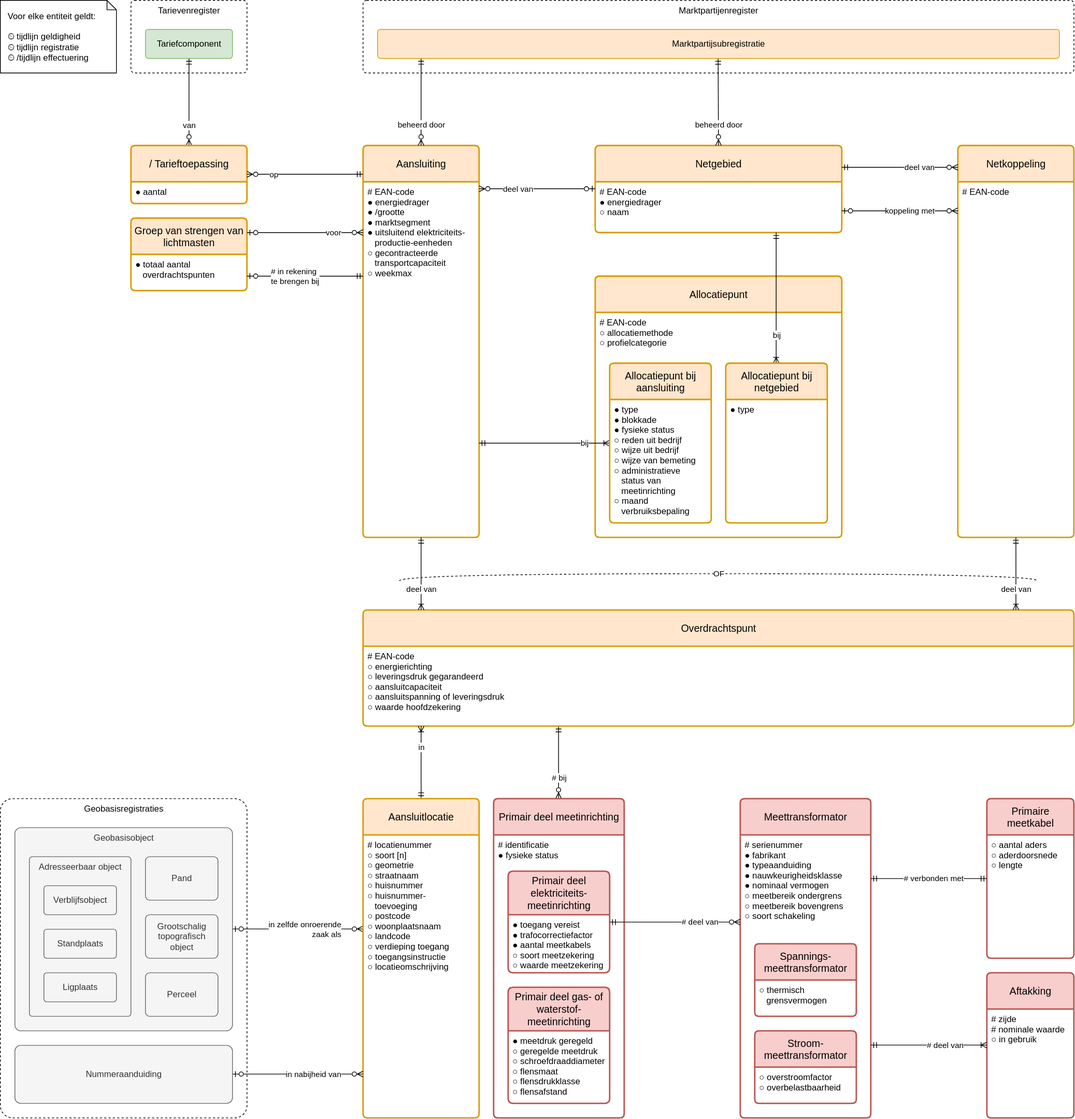
Earlier version of the draw.io export modellen/registers/aansluitingenregister/1.1.2/model.drawio.svg (sefanja/nbnl-conceptuele-informatiemodellen). Source tidied: cells renumbered, new cells last; positions are measured from the earlier drawing's top-left corner, leaving out a move shared by most shapes.
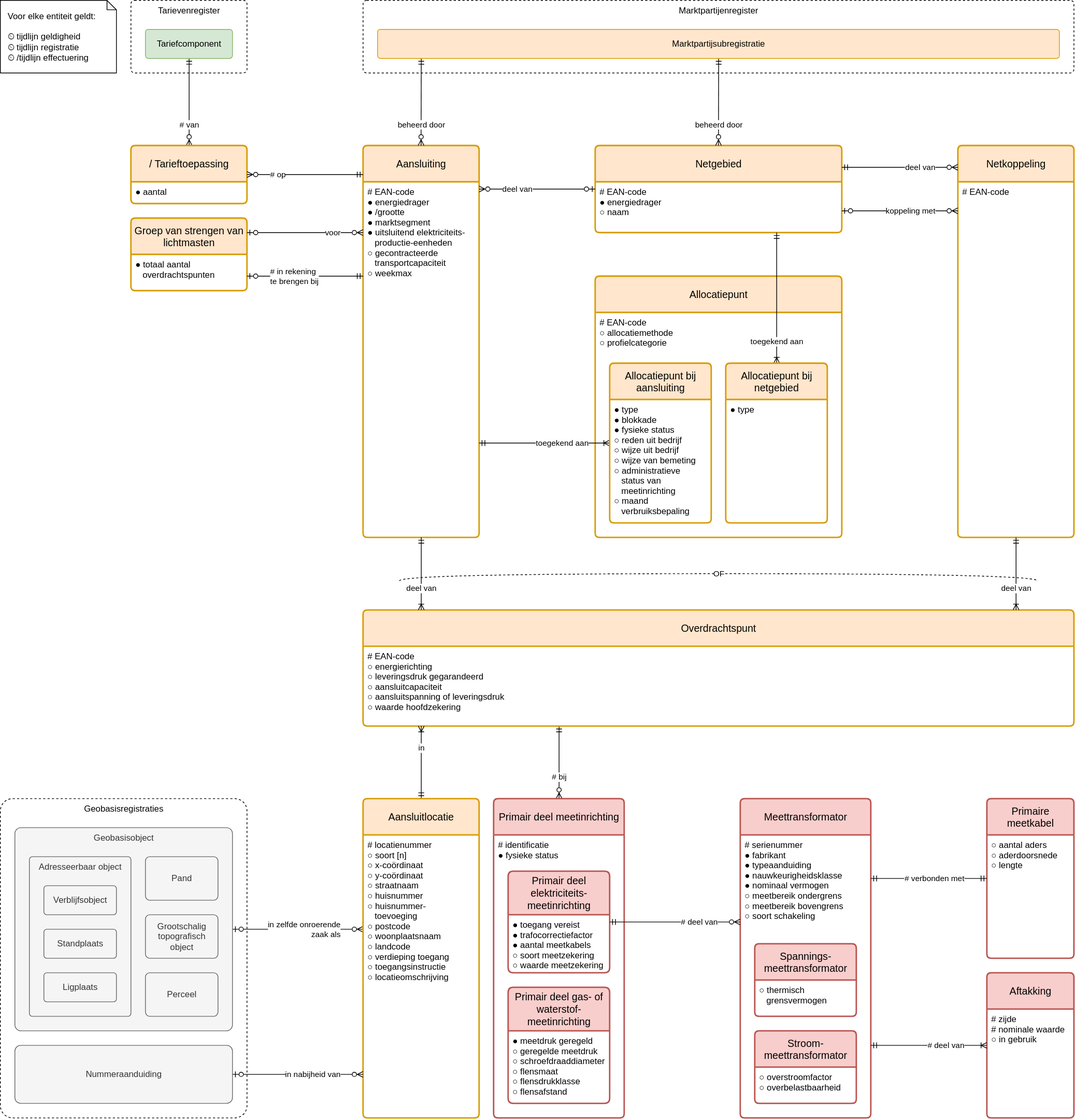
After the change.

Change to the diagram source:
```diff
@@ -32,7 +32,7 @@
     <mxCell id="11" value="deel van" style="html=1;endArrow=ERoneToMany;startArrow=ERmandOne;rounded=0;align=center;endFill=0;strokeColor=default;edgeStyle=elbowEdgeStyle;" parent="1" edge="1" source="5" target="9">
       <mxGeometry x="0.4" relative="1" as="geometry" />
     </mxCell>
-    <mxCell id="12" value="bij" style="html=1;endArrow=ERoneToMany;startArrow=ERmandOne;rounded=0;startFill=0;endFill=0;strokeColor=default;edgeStyle=elbowEdgeStyle;align=right;elbow=vertical;" parent="1" edge="1" source="5" target="31">
+    <mxCell id="12" value="toegekend aan" style="html=1;endArrow=ERoneToMany;startArrow=ERmandOne;rounded=0;startFill=0;endFill=0;strokeColor=default;edgeStyle=elbowEdgeStyle;align=right;elbow=vertical;" parent="1" edge="1" source="5" target="31">
       <mxGeometry x="0.7" relative="1" as="geometry">
         <mxPoint x="-1" as="offset" />
       </mxGeometry>
@@ -49,18 +49,16 @@
     <mxCell id="16" value="deel van" style="fontSize=11;html=1;endArrow=ERzeroToOne;startArrow=ERzeroToMany;rounded=0;startFill=0;endFill=0;verticalAlign=middle;strokeColor=default;labelBackgroundColor=default;fontColor=default;align=left;edgeStyle=elbowEdgeStyle;elbow=vertical;" parent="1" edge="1" source="5" target="14">
       <mxGeometry x="-0.62" relative="1" as="geometry" />
     </mxCell>
-    <mxCell id="17" value="bij" style="html=1;endArrow=ERmandOne;startArrow=ERoneToMany;rounded=0;startFill=0;endFill=0;verticalAlign=middle;strokeColor=default;align=center;edgeStyle=elbowEdgeStyle;" parent="1" edge="1" source="33" target="14">
-      <mxGeometry x="-0.57" relative="1" as="geometry" />
+    <mxCell id="17" value="toegekend aan" style="html=1;endArrow=ERmandOne;startArrow=ERoneToMany;rounded=0;startFill=0;endFill=0;verticalAlign=middle;strokeColor=default;align=center;edgeStyle=elbowEdgeStyle;" parent="1" edge="1" source="33" target="14">
+      <mxGeometry x="-0.67" relative="1" as="geometry" />
     </mxCell>
     <mxCell id="18" value="beheerd door" style="fontSize=11;html=1;endArrow=ERmandOne;startArrow=ERzeroToMany;rounded=0;startFill=0;endFill=0;verticalAlign=middle;strokeColor=default;labelBackgroundColor=default;fontColor=default;align=center;edgeStyle=elbowEdgeStyle;exitX=0.5;exitY=0;exitDx=0;exitDy=0;" parent="1" edge="1" source="14" target="39">
       <mxGeometry x="-0.5" relative="1" as="geometry">
         <mxPoint y="1" as="offset" />
       </mxGeometry>
     </mxCell>
-    <mxCell id="19" value="van" style="endArrow=ERzeroToMany;html=1;rounded=0;startArrow=ERmandOne;startFill=0;endFill=0;edgeStyle=elbowEdgeStyle;align=center;" parent="1" edge="1" source="40" target="21">
-      <mxGeometry x="0.5" relative="1" as="geometry">
-        <mxPoint y="1" as="offset" />
-      </mxGeometry>
+    <mxCell id="19" value="# van" style="endArrow=ERzeroToMany;html=1;rounded=0;startArrow=ERmandOne;startFill=0;endFill=0;edgeStyle=elbowEdgeStyle;align=center;" parent="1" edge="1" source="40" target="21">
+      <mxGeometry x="0.52" relative="1" as="geometry" />
     </mxCell>
     <mxCell id="20" value="Voor elke entiteit geldt:&lt;br&gt;&lt;br&gt;⏲ tijdlijn geldigheid&lt;br&gt;&lt;span style=&quot;&quot;&gt;⏲&amp;nbsp;tijdlijn registratie&lt;br&gt;&lt;/span&gt;&lt;div&gt;&lt;span style=&quot;background-color: transparent; text-wrap-mode: nowrap;&quot;&gt;⏲&lt;/span&gt;&lt;span style=&quot;text-wrap-mode: nowrap;&quot;&gt;&amp;nbsp;/&lt;/span&gt;&lt;span style=&quot;text-wrap-mode: nowrap;&quot;&gt;tijdlijn effectuering&lt;/span&gt;&lt;span style=&quot;&quot;&gt;&lt;/span&gt;&lt;/div&gt;" style="shape=note;whiteSpace=wrap;html=1;backgroundOutline=1;darkOpacity=0.05;align=left;size=13;spacing=10;" parent="1" vertex="1">
       <mxGeometry width="160" height="100" as="geometry" />
@@ -71,7 +69,7 @@
     <mxCell id="22" value="● aantal" style="align=left;strokeColor=none;fillColor=none;spacingLeft=4;fontSize=12;verticalAlign=top;fontColor=default;" parent="21" vertex="1">
       <mxGeometry y="50" width="160" height="30" as="geometry" />
     </mxCell>
-    <mxCell id="23" value="op" style="endArrow=ERzeroToMany;html=1;rounded=0;startArrow=ERmandOne;startFill=0;endFill=0;edgeStyle=elbowEdgeStyle;elbow=vertical;align=left;" parent="1" edge="1" source="5" target="21">
+    <mxCell id="23" value="# op" style="endArrow=ERzeroToMany;html=1;rounded=0;startArrow=ERmandOne;startFill=0;endFill=0;edgeStyle=elbowEdgeStyle;elbow=vertical;align=left;" parent="1" edge="1" source="5" target="21">
       <mxGeometry x="0.62" relative="1" as="geometry" />
     </mxCell>
     <mxCell id="24" value="Groep van strengen van lichtmasten" style="swimlane;horizontal=1;startSize=50;rounded=1;fontSize=14;fontStyle=0;strokeWidth=2;shadow=0;dashed=0;align=center;fillColor=#ffe6cc;strokeColor=#d79b00;arcSize=4;whiteSpace=wrap;html=1;" parent="1" vertex="1">
@@ -216,7 +214,7 @@
     <mxCell id="62" value="Aansluitlocatie" style="swimlane;horizontal=1;startSize=50;rounded=1;fontSize=14;fontStyle=0;strokeWidth=2;shadow=0;dashed=0;align=center;fillColor=#ffe6cc;strokeColor=#d79b00;arcSize=4;whiteSpace=wrap;html=1;" parent="1" vertex="1">
       <mxGeometry x="500" y="1100" width="160" height="440" as="geometry" />
     </mxCell>
-    <mxCell id="63" value="# locatienummer&#10;○ soort [n]&#10;○ geometrie&#10;○ straatnaam&#10;○ huisnummer&#10;○ huisnummer-&#10;   toevoeging&#10;○ postcode&#10;○ woonplaatsnaam&#10;○ landcode&#10;○ verdieping toegang&#10;○ toegangsinstructie&#10;○ locatieomschrijving" style="align=left;strokeColor=none;fillColor=none;spacingLeft=4;fontSize=12;verticalAlign=top;fontColor=default;" parent="62" vertex="1">
+    <mxCell id="63" value="# locatienummer&#10;○ soort [n]&#10;○ x-coördinaat&#10;○ y-coördinaat&#10;○ straatnaam&#10;○ huisnummer&#10;○ huisnummer-&#10;   toevoeging&#10;○ postcode&#10;○ woonplaatsnaam&#10;○ landcode&#10;○ verdieping toegang&#10;○ toegangsinstructie&#10;○ locatieomschrijving" style="align=left;strokeColor=none;fillColor=none;spacingLeft=4;fontSize=12;verticalAlign=top;fontColor=default;" parent="62" vertex="1">
       <mxGeometry y="50" width="160" height="390" as="geometry" />
     </mxCell>
     <mxCell id="64" value="in nabijheid van" style="endArrow=ERzeroToOne;html=1;rounded=0;endFill=0;startArrow=ERzeroToMany;startFill=0;edgeStyle=elbowEdgeStyle;align=right;elbow=vertical;" parent="1" edge="1" source="62" target="65">
```
